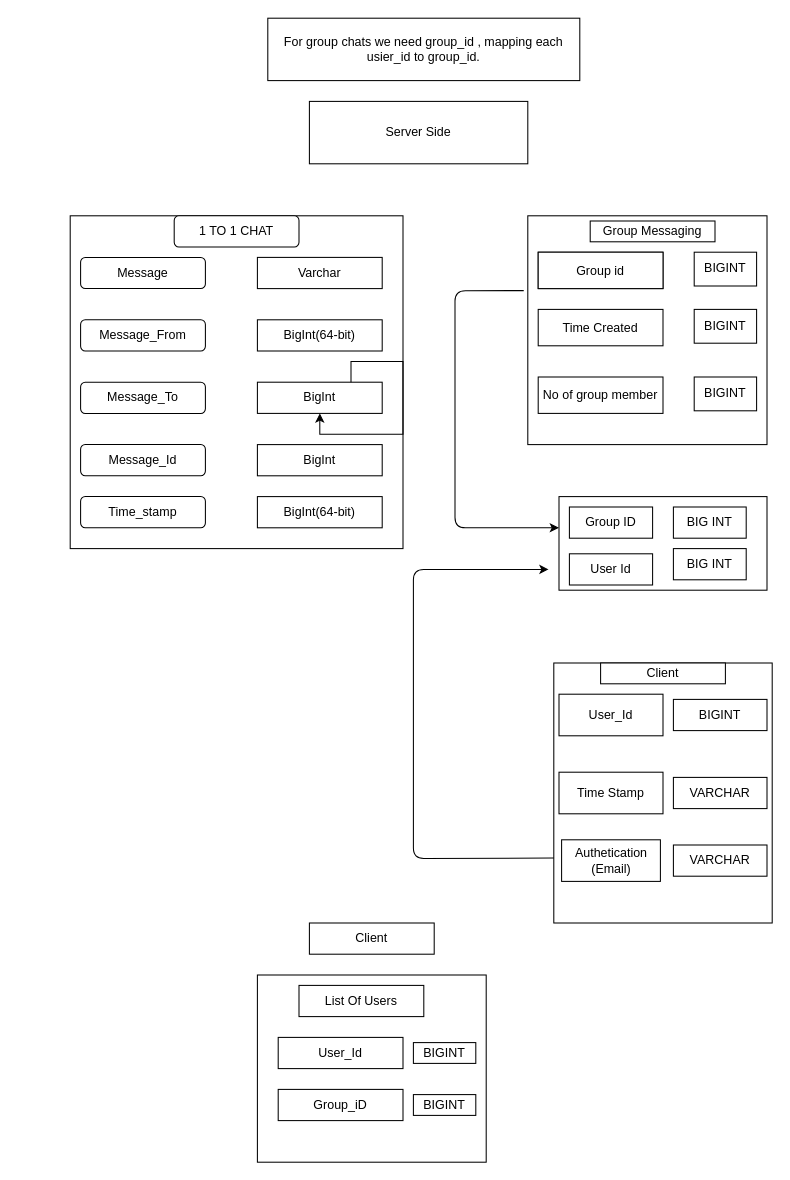
Before: Untitled Diagram.drawio in Satya753/Chat_application, a draw.io diagram. Source tidied: cells renumbered, new cells numbered last; positions are measured from the earlier drawing's top-left corner, leaving out a move shared by most shapes. Both pictures are drawn from the tidied source at 104%, with x=0, y=0 at pixel (70, 18).
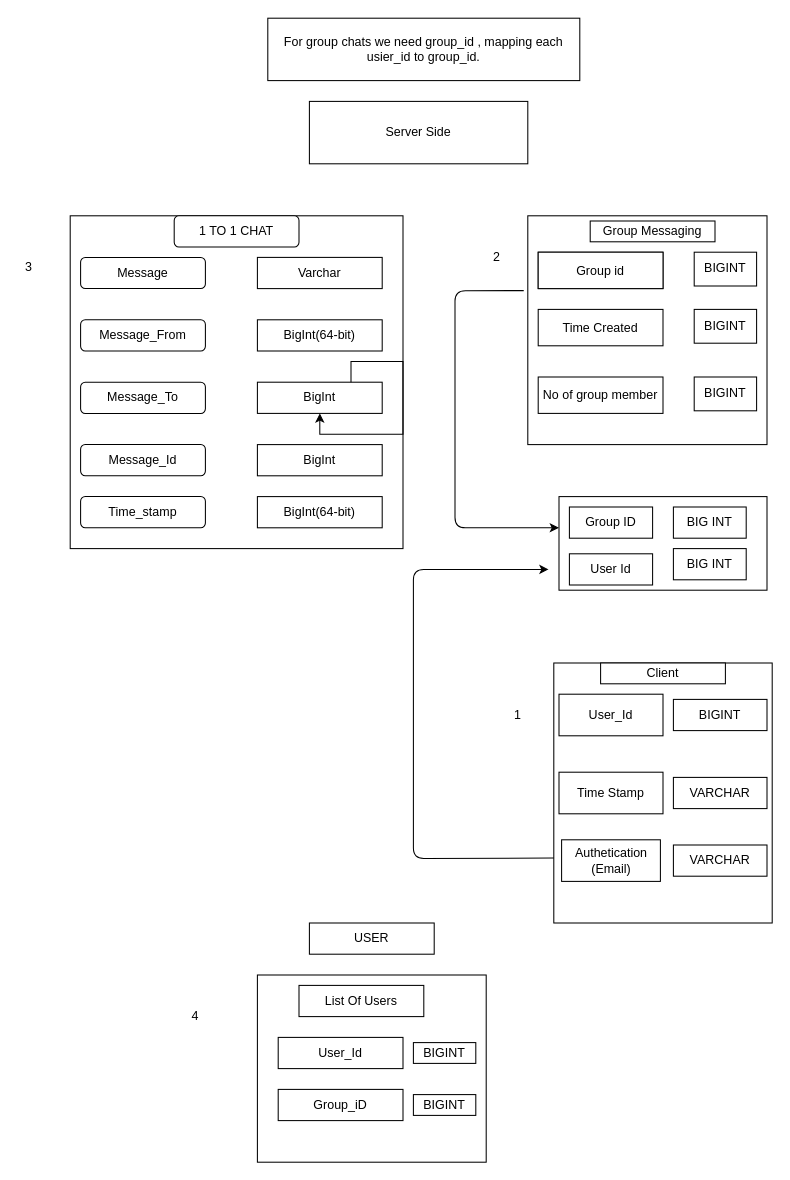
The same diagram, later.

Diff of the diagram source:
```diff
@@
-    <mxCell id="41" value="Client" style="rounded=0;whiteSpace=wrap;html=1;" parent="1" vertex="1">
+    <mxCell id="41" value="USER" style="rounded=0;whiteSpace=wrap;html=1;" parent="1" vertex="1">
       <mxGeometry x="230" y="870" width="120" height="30" as="geometry" />
     </mxCell>
@@
+    <mxCell id="48" value="1" style="text;html=1;align=center;verticalAlign=middle;strokeColor=none;" parent="1" vertex="1">
+      <mxGeometry x="420" y="660" width="20" height="20" as="geometry" />
+    </mxCell>
+    <mxCell id="49" value="2" style="text;html=1;align=center;verticalAlign=middle;strokeColor=none;" parent="1" vertex="1">
+      <mxGeometry x="400" y="220" width="20" height="20" as="geometry" />
+    </mxCell>
+    <mxCell id="50" value="3" style="text;html=1;align=center;verticalAlign=middle;strokeColor=none;" parent="1" vertex="1">
+      <mxGeometry x="-50" y="230" width="20" height="20" as="geometry" />
+    </mxCell>
+    <mxCell id="51" value="4" style="text;html=1;align=center;verticalAlign=middle;strokeColor=none;" parent="1" vertex="1">
+      <mxGeometry x="110" y="950" width="20" height="20" as="geometry" />
+    </mxCell>
```
